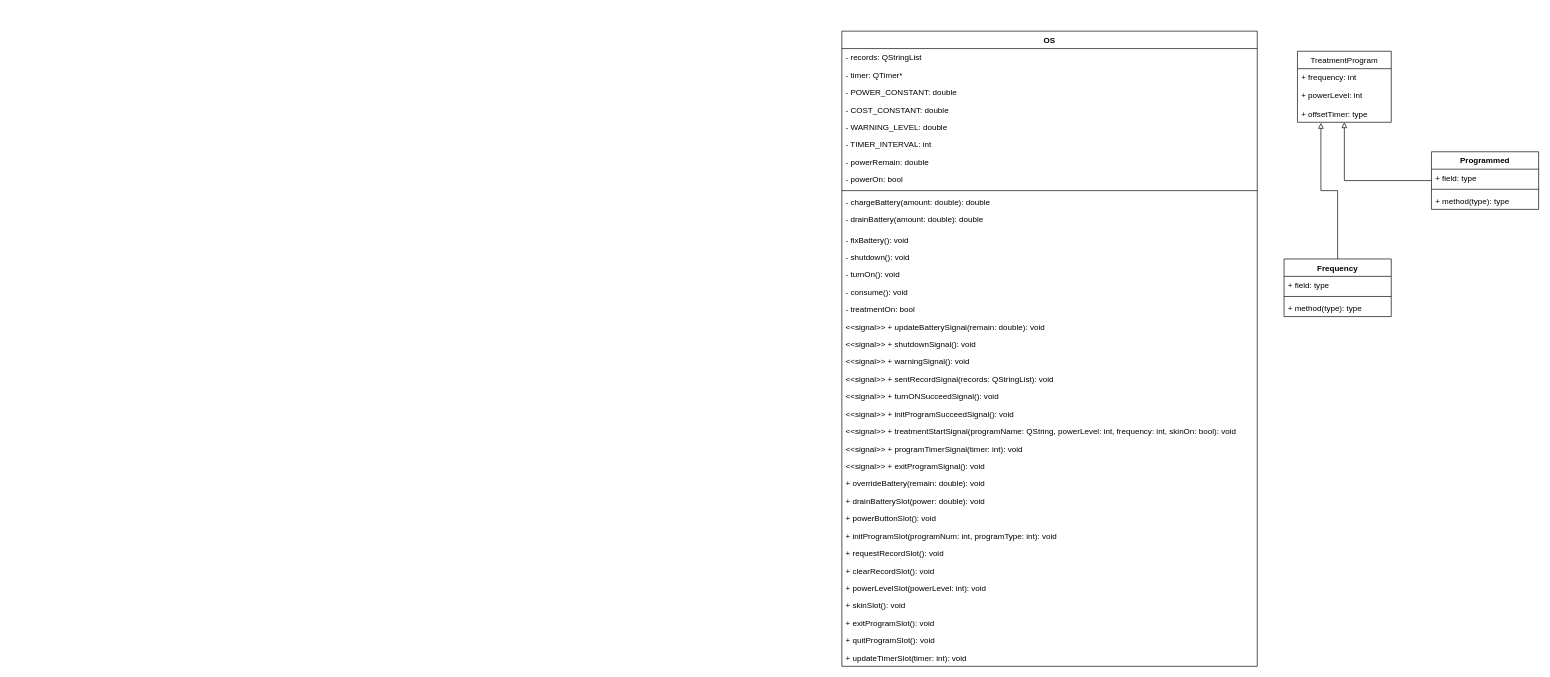
moxxxx/MCT-simulator keeps this draw.io diagram as uml/uml design.drawio. Above is the earlier version. Source tidied: cells renumbered, new cells numbered last; positions are measured from the earlier drawing's top-left corner, leaving out a move shared by most shapes. Both pictures are drawn from the tidied source at 67%, with x=0, y=0 at pixel (842, 31).
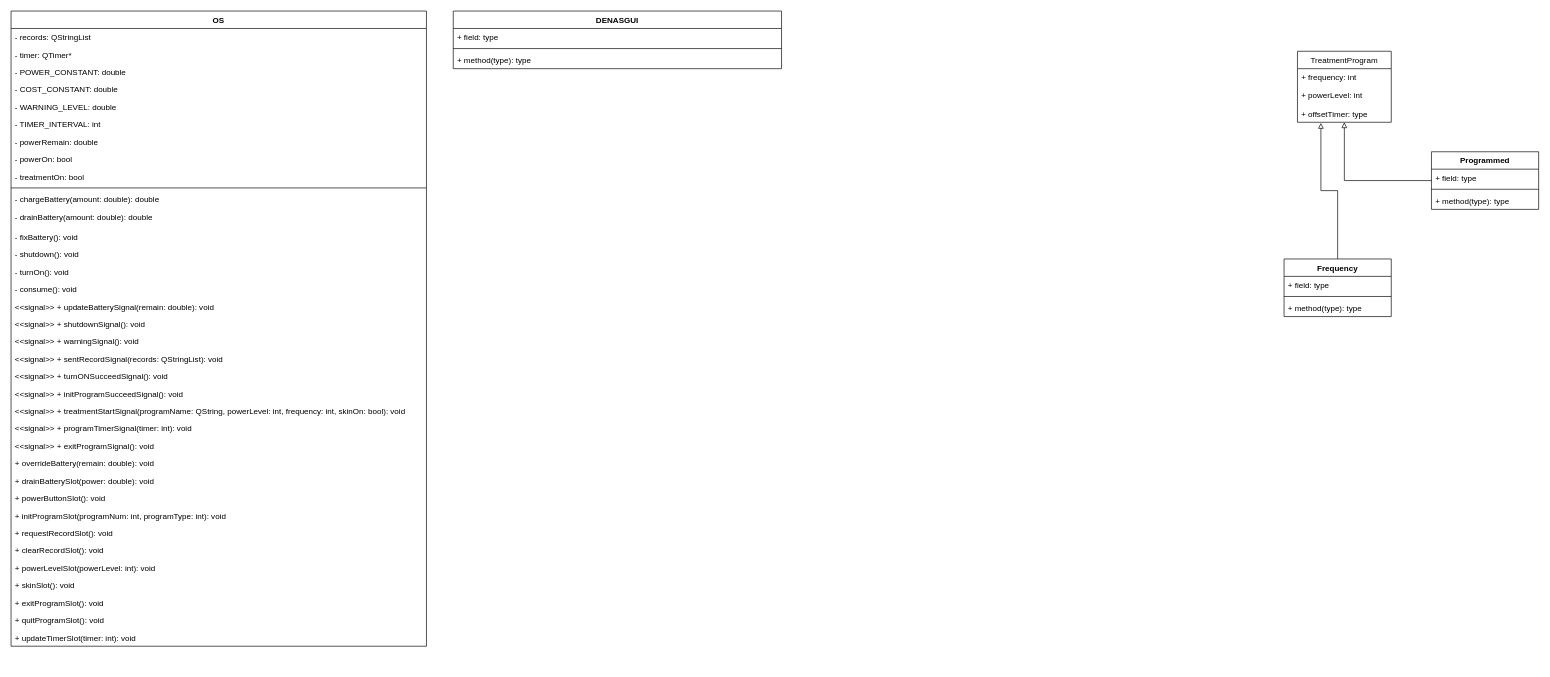
Above is the later version.

What changed in the source:
```diff
@@
     <mxCell id="2" value="OS" style="swimlane;fontStyle=1;align=center;verticalAlign=top;horizontal=1;startSize=26;" parent="1" vertex="1">
-      <mxGeometry width="620" height="948" as="geometry" />
+      <mxGeometry x="-1240" y="-30" width="620" height="948" as="geometry" />
     </mxCell>
@@
+    <mxCell id="18" value="- treatmentOn: bool" style="text;strokeColor=none;fillColor=none;align=left;verticalAlign=top;spacingLeft=4;spacingRight=4;overflow=hidden;" parent="2" vertex="1">
+      <mxGeometry y="234" width="620" height="26" as="geometry" />
+    </mxCell>
     <mxCell id="11" style="line;strokeWidth=1;fillColor=none;align=left;verticalAlign=middle;spacingTop=-1;spacingLeft=3;spacingRight=3;labelPosition=right;" parent="2" vertex="1">
-      <mxGeometry y="234" width="620" height="8" as="geometry" />
+      <mxGeometry y="260" width="620" height="8" as="geometry" />
     </mxCell>
     <mxCell id="12" value="- chargeBattery(amount: double): double" style="text;strokeColor=none;fillColor=none;align=left;verticalAlign=top;spacingLeft=4;spacingRight=4;overflow=hidden;" parent="2" vertex="1">
-      <mxGeometry y="242" width="620" height="26" as="geometry" />
+      <mxGeometry y="268" width="620" height="26" as="geometry" />
     </mxCell>
     <mxCell id="13" value="- drainBattery(amount: double): double" style="text;strokeColor=none;fillColor=none;align=left;verticalAlign=top;spacingLeft=4;spacingRight=4;overflow=hidden;" parent="2" vertex="1">
-      <mxGeometry y="268" width="620" height="30" as="geometry" />
+      <mxGeometry y="294" width="620" height="30" as="geometry" />
     </mxCell>
     <mxCell id="14" value="- fixBattery(): void" style="text;strokeColor=none;fillColor=none;align=left;verticalAlign=top;spacingLeft=4;spacingRight=4;overflow=hidden;" parent="2" vertex="1">
-      <mxGeometry y="298" width="620" height="26" as="geometry" />
+      <mxGeometry y="324" width="620" height="26" as="geometry" />
     </mxCell>
     <mxCell id="15" value="- shutdown(): void" style="text;strokeColor=none;fillColor=none;align=left;verticalAlign=top;spacingLeft=4;spacingRight=4;overflow=hidden;" parent="2" vertex="1">
-      <mxGeometry y="324" width="620" height="26" as="geometry" />
+      <mxGeometry y="350" width="620" height="26" as="geometry" />
     </mxCell>
     <mxCell id="16" value="- turnOn(): void&#10;" style="text;strokeColor=none;fillColor=none;align=left;verticalAlign=top;spacingLeft=4;spacingRight=4;overflow=hidden;" parent="2" vertex="1">
-      <mxGeometry y="350" width="620" height="26" as="geometry" />
+      <mxGeometry y="376" width="620" height="26" as="geometry" />
     </mxCell>
     <mxCell id="17" value="- consume(): void&#10;" style="text;strokeColor=none;fillColor=none;align=left;verticalAlign=top;spacingLeft=4;spacingRight=4;overflow=hidden;" parent="2" vertex="1">
-      <mxGeometry y="376" width="620" height="26" as="geometry" />
+      <mxGeometry y="402" width="620" height="26" as="geometry" />
     </mxCell>
-    <mxCell id="18" value="- treatmentOn: bool" style="text;strokeColor=none;fillColor=none;align=left;verticalAlign=top;spacingLeft=4;spacingRight=4;overflow=hidden;" parent="2" vertex="1">
-      <mxGeometry y="402" width="620" height="26" as="geometry" />
-    </mxCell>
@@
+    <mxCell id="53" value="DENASGUI" style="swimlane;fontStyle=1;align=center;verticalAlign=top;horizontal=1;startSize=26;" parent="1" vertex="1">
+      <mxGeometry x="-580" y="-30" width="490" height="86" as="geometry" />
+    </mxCell>
+    <mxCell id="54" value="+ field: type" style="text;strokeColor=none;fillColor=none;align=left;verticalAlign=top;spacingLeft=4;spacingRight=4;overflow=hidden;" parent="53" vertex="1">
+      <mxGeometry y="26" width="490" height="26" as="geometry" />
+    </mxCell>
+    <mxCell id="55" style="line;strokeWidth=1;fillColor=none;align=left;verticalAlign=middle;spacingTop=-1;spacingLeft=3;spacingRight=3;labelPosition=right;" parent="53" vertex="1">
+      <mxGeometry y="52" width="490" height="8" as="geometry" />
+    </mxCell>
+    <mxCell id="56" value="+ method(type): type" style="text;strokeColor=none;fillColor=none;align=left;verticalAlign=top;spacingLeft=4;spacingRight=4;overflow=hidden;" parent="53" vertex="1">
+      <mxGeometry y="60" width="490" height="26" as="geometry" />
+    </mxCell>
```
